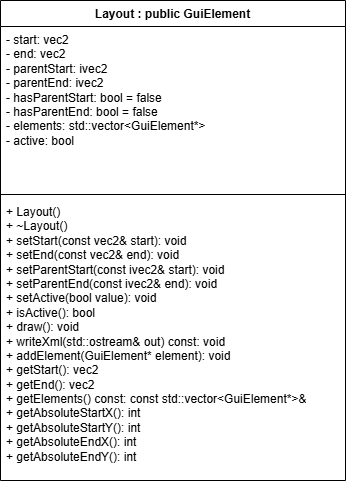
The draw.io diagram images/Milestone005_UML.png in cgreen2048/ArtHuddle, before a commit. Source tidied: cells renumbered, new cells last; positions are measured from the earlier drawing's top-left corner, leaving out a move shared by most shapes.
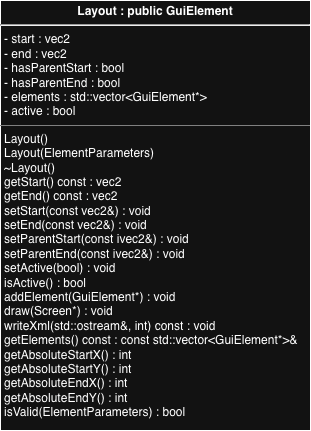
The same file after the commit.

What changed in the source:
```diff
@@ -2,17 +2,8 @@
   <root>
     <mxCell id="0" />
     <mxCell id="1" parent="0" />
-    <mxCell id="2" value="Layout : public GuiElement" style="swimlane;fontStyle=1;align=center;verticalAlign=top;horizontal=1;startSize=26;whiteSpace=wrap;html=1;" parent="1" vertex="1">
-      <mxGeometry width="345" height="480" as="geometry" />
-    </mxCell>
-    <mxCell id="3" value="- start: vec2&lt;div&gt;- end: vec2&lt;/div&gt;&lt;div&gt;- parentStart: ivec2&lt;/div&gt;&lt;div&gt;- parentEnd: ivec2&lt;/div&gt;&lt;div&gt;- hasParentStart: bool = false&lt;/div&gt;&lt;div&gt;- hasParentEnd: bool = false&lt;/div&gt;&lt;div&gt;- elements: std::vector&amp;lt;GuiElement*&amp;gt;&lt;/div&gt;&lt;div&gt;- active: bool&amp;nbsp;&lt;/div&gt;" style="text;strokeColor=none;fillColor=none;align=left;verticalAlign=top;spacingLeft=4;spacingRight=4;overflow=hidden;whiteSpace=wrap;html=1;" parent="2" vertex="1">
-      <mxGeometry y="26" width="345" height="164" as="geometry" />
-    </mxCell>
-    <mxCell id="4" style="line;strokeWidth=1;fillColor=none;align=left;verticalAlign=middle;spacingTop=-1;spacingLeft=3;spacingRight=3;labelPosition=right;strokeColor=inherit;" parent="2" vertex="1">
-      <mxGeometry y="190" width="345" height="8" as="geometry" />
-    </mxCell>
-    <mxCell id="5" value="+ Layout()&lt;div&gt;+ ~Layout()&lt;/div&gt;&lt;div&gt;+ setStart(const vec2&amp;amp; start): void&lt;/div&gt;&lt;div&gt;+ setEnd(const vec2&amp;amp; end): void&lt;br&gt;+ setParentStart(const ivec2&amp;amp; start): void&lt;/div&gt;&lt;div&gt;+ setParentEnd(const ivec2&amp;amp; end): void&lt;/div&gt;&lt;div&gt;+ setActive(bool value): void&lt;/div&gt;&lt;div&gt;+ isActive(): bool&lt;/div&gt;&lt;div&gt;+ draw(): void&lt;/div&gt;&lt;div&gt;+ writeXml(std::ostream&amp;amp; out) const: void&lt;/div&gt;&lt;div&gt;+ addElement(GuiElement* element): void&lt;/div&gt;&lt;div&gt;+ getStart(): vec2&lt;/div&gt;&lt;div&gt;+ getEnd(): vec2&lt;/div&gt;&lt;div&gt;+ getElements() const: const std::vector&amp;lt;GuiElement*&amp;gt;&amp;amp;&lt;/div&gt;&lt;div&gt;+ getAbsoluteStartX(): int&lt;/div&gt;&lt;div&gt;+ getAbsoluteStartY(): int&lt;/div&gt;&lt;div&gt;+ getAbsoluteEndX(): int&lt;/div&gt;&lt;div&gt;+ getAbsoluteEndY(): int&lt;/div&gt;&lt;div&gt;&lt;br&gt;&lt;/div&gt;" style="text;strokeColor=none;fillColor=none;align=left;verticalAlign=top;spacingLeft=4;spacingRight=4;overflow=hidden;whiteSpace=wrap;html=1;" parent="2" vertex="1">
-      <mxGeometry y="198" width="345" height="282" as="geometry" />
-    </mxCell>
+    <mxCell id="6" value="&lt;p style=&quot;margin:0px;margin-top:4px;text-align:center;&quot;&gt;&lt;b&gt;Layout : public GuiElement&lt;/b&gt;&lt;/p&gt;&lt;hr&gt;&lt;p style=&quot;margin:0px;margin-left:4px;&quot;&gt;- start : vec2&lt;/p&gt;&lt;p style=&quot;margin:0px;margin-left:4px;&quot;&gt;- end : vec2&lt;/p&gt;&lt;p style=&quot;margin:0px;margin-left:4px;&quot;&gt;- hasParentStart : bool&lt;/p&gt;&lt;p style=&quot;margin:0px;margin-left:4px;&quot;&gt;- hasParentEnd : bool&lt;/p&gt;&lt;p style=&quot;margin:0px;margin-left:4px;&quot;&gt;- elements : std::vector&amp;lt;GuiElement*&amp;gt;&lt;/p&gt;&lt;p style=&quot;margin:0px;margin-left:4px;&quot;&gt;- active : bool&lt;/p&gt;&lt;hr size=&quot;1&quot; style=&quot;border-style:solid;&quot;&gt;&lt;p style=&quot;margin:0px;margin-left:4px;&quot;&gt;Layout()&lt;/p&gt;&lt;p style=&quot;margin:0px;margin-left:4px;&quot;&gt;Layout(ElementParameters)&lt;/p&gt;&lt;p style=&quot;margin:0px;margin-left:4px;&quot;&gt;~Layout()&lt;/p&gt;&lt;p style=&quot;margin:0px;margin-left:4px;&quot;&gt;getStart() const : vec2&lt;/p&gt;&lt;p style=&quot;margin:0px;margin-left:4px;&quot;&gt;getEnd() const&lt;span style=&quot;background-color: transparent; color: light-dark(rgb(0, 0, 0), rgb(255, 255, 255));&quot;&gt;&amp;nbsp;&lt;/span&gt;&lt;span style=&quot;background-color: transparent; color: light-dark(rgb(0, 0, 0), rgb(255, 255, 255));&quot;&gt;: vec2&lt;/span&gt;&lt;/p&gt;&lt;p style=&quot;margin:0px;margin-left:4px;&quot;&gt;setStart(const vec2&amp;amp;) :&amp;nbsp;&lt;span style=&quot;background-color: transparent; color: light-dark(rgb(0, 0, 0), rgb(255, 255, 255));&quot;&gt;void&lt;/span&gt;&lt;/p&gt;&lt;p style=&quot;margin:0px;margin-left:4px;&quot;&gt;setEnd(const vec2&amp;amp;)&lt;span style=&quot;background-color: transparent; color: light-dark(rgb(0, 0, 0), rgb(255, 255, 255));&quot;&gt;&amp;nbsp;&lt;/span&gt;&lt;span style=&quot;background-color: transparent; color: light-dark(rgb(0, 0, 0), rgb(255, 255, 255));&quot;&gt;:&amp;nbsp;&lt;/span&gt;&lt;span style=&quot;background-color: transparent; color: light-dark(rgb(0, 0, 0), rgb(255, 255, 255));&quot;&gt;void&lt;/span&gt;&lt;/p&gt;&lt;p style=&quot;margin:0px;margin-left:4px;&quot;&gt;setParentStart(const ivec2&amp;amp;)&lt;span style=&quot;background-color: transparent; color: light-dark(rgb(0, 0, 0), rgb(255, 255, 255));&quot;&gt;&amp;nbsp;&lt;/span&gt;&lt;span style=&quot;background-color: transparent; color: light-dark(rgb(0, 0, 0), rgb(255, 255, 255));&quot;&gt;:&amp;nbsp;&lt;/span&gt;&lt;span style=&quot;background-color: transparent; color: light-dark(rgb(0, 0, 0), rgb(255, 255, 255));&quot;&gt;void&lt;/span&gt;&lt;/p&gt;&lt;p style=&quot;margin:0px;margin-left:4px;&quot;&gt;setParentEnd(const ivec2&amp;amp;)&lt;span style=&quot;background-color: transparent; color: light-dark(rgb(0, 0, 0), rgb(255, 255, 255));&quot;&gt;&amp;nbsp;&lt;/span&gt;&lt;span style=&quot;background-color: transparent; color: light-dark(rgb(0, 0, 0), rgb(255, 255, 255));&quot;&gt;:&amp;nbsp;&lt;/span&gt;&lt;span style=&quot;background-color: transparent; color: light-dark(rgb(0, 0, 0), rgb(255, 255, 255));&quot;&gt;void&lt;/span&gt;&lt;/p&gt;&lt;p style=&quot;margin:0px;margin-left:4px;&quot;&gt;setActive(bool)&lt;span style=&quot;background-color: transparent; color: light-dark(rgb(0, 0, 0), rgb(255, 255, 255));&quot;&gt;&amp;nbsp;&lt;/span&gt;&lt;span style=&quot;background-color: transparent; color: light-dark(rgb(0, 0, 0), rgb(255, 255, 255));&quot;&gt;:&amp;nbsp;&lt;/span&gt;&lt;span style=&quot;background-color: transparent; color: light-dark(rgb(0, 0, 0), rgb(255, 255, 255));&quot;&gt;void&lt;/span&gt;&lt;/p&gt;&lt;p style=&quot;margin:0px;margin-left:4px;&quot;&gt;isActive() : bool&lt;/p&gt;&lt;p style=&quot;margin:0px;margin-left:4px;&quot;&gt;addElement(GuiElement*)&lt;span style=&quot;background-color: transparent; color: light-dark(rgb(0, 0, 0), rgb(255, 255, 255));&quot;&gt;&amp;nbsp;&lt;/span&gt;&lt;span style=&quot;background-color: transparent; color: light-dark(rgb(0, 0, 0), rgb(255, 255, 255));&quot;&gt;:&amp;nbsp;&lt;/span&gt;&lt;span style=&quot;background-color: transparent; color: light-dark(rgb(0, 0, 0), rgb(255, 255, 255));&quot;&gt;void&lt;/span&gt;&lt;/p&gt;&lt;p style=&quot;margin:0px;margin-left:4px;&quot;&gt;draw(Screen*)&lt;span style=&quot;background-color: transparent; color: light-dark(rgb(0, 0, 0), rgb(255, 255, 255));&quot;&gt;&amp;nbsp;&lt;/span&gt;&lt;span style=&quot;background-color: transparent; color: light-dark(rgb(0, 0, 0), rgb(255, 255, 255));&quot;&gt;:&amp;nbsp;&lt;/span&gt;&lt;span style=&quot;background-color: transparent; color: light-dark(rgb(0, 0, 0), rgb(255, 255, 255));&quot;&gt;void&lt;/span&gt;&lt;/p&gt;&lt;p style=&quot;margin:0px;margin-left:4px;&quot;&gt;writeXml(std::ostream&amp;amp;, int) const&lt;span style=&quot;background-color: transparent; color: light-dark(rgb(0, 0, 0), rgb(255, 255, 255));&quot;&gt;&amp;nbsp;&lt;/span&gt;&lt;span style=&quot;background-color: transparent; color: light-dark(rgb(0, 0, 0), rgb(255, 255, 255));&quot;&gt;:&amp;nbsp;&lt;/span&gt;&lt;span style=&quot;background-color: transparent; color: light-dark(rgb(0, 0, 0), rgb(255, 255, 255));&quot;&gt;void&lt;/span&gt;&lt;/p&gt;&lt;p style=&quot;margin:0px;margin-left:4px;&quot;&gt;getElements() const :&amp;nbsp;&lt;span style=&quot;background-color: transparent; color: light-dark(rgb(0, 0, 0), rgb(255, 255, 255));&quot;&gt;const std::vector&amp;lt;GuiElement*&amp;gt;&amp;amp;&lt;/span&gt;&lt;/p&gt;&lt;p style=&quot;margin:0px;margin-left:4px;&quot;&gt;getAbsoluteStartX() : int&lt;/p&gt;&lt;p style=&quot;margin:0px;margin-left:4px;&quot;&gt;getAbsoluteStartY()&lt;span style=&quot;background-color: transparent; color: light-dark(rgb(0, 0, 0), rgb(255, 255, 255));&quot;&gt;&amp;nbsp;&lt;/span&gt;&lt;span style=&quot;background-color: transparent; color: light-dark(rgb(0, 0, 0), rgb(255, 255, 255));&quot;&gt;: int&lt;/span&gt;&lt;/p&gt;&lt;p style=&quot;margin:0px;margin-left:4px;&quot;&gt;getAbsoluteEndX()&lt;span style=&quot;background-color: transparent; color: light-dark(rgb(0, 0, 0), rgb(255, 255, 255));&quot;&gt;&amp;nbsp;&lt;/span&gt;&lt;span style=&quot;background-color: transparent; color: light-dark(rgb(0, 0, 0), rgb(255, 255, 255));&quot;&gt;: int&lt;/span&gt;&lt;/p&gt;&lt;p style=&quot;margin:0px;margin-left:4px;&quot;&gt;getAbsoluteEndY()&lt;span style=&quot;background-color: transparent; color: light-dark(rgb(0, 0, 0), rgb(255, 255, 255));&quot;&gt;&amp;nbsp;&lt;/span&gt;&lt;span style=&quot;background-color: transparent; color: light-dark(rgb(0, 0, 0), rgb(255, 255, 255));&quot;&gt;: int&lt;/span&gt;&lt;/p&gt;&lt;p style=&quot;margin:0px;margin-left:4px;&quot;&gt;isValid(ElementParameters) : bool&lt;/p&gt;" style="verticalAlign=top;align=left;overflow=fill;html=1;whiteSpace=wrap;" parent="1" vertex="1">
+      <mxGeometry x="945" y="60" width="310" height="430" as="geometry" />
+    </mxCell>
   </root>
 </mxGraphModel>
```
